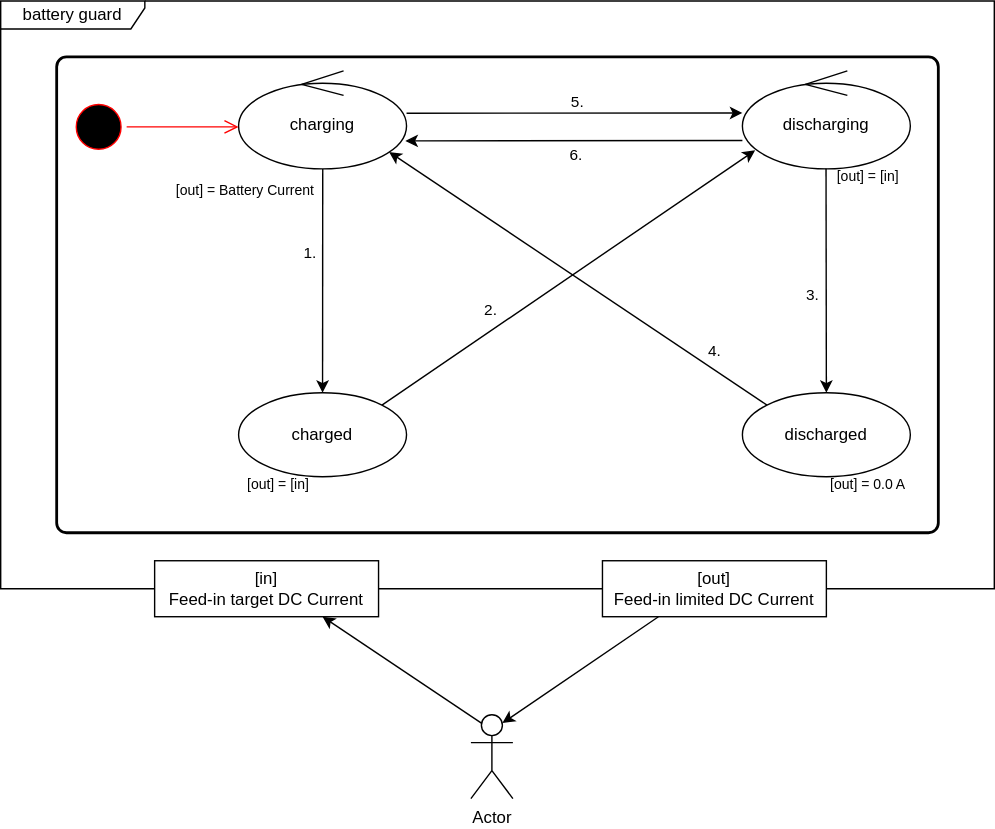
JoTid/PVZero keeps this draw.io diagram as docs/images/battery_guard_sm.drawio.svg. Above is the earlier version. Source tidied: cells renumbered, new cells last; positions are measured from the earlier drawing's top-left corner, leaving out a move shared by most shapes.
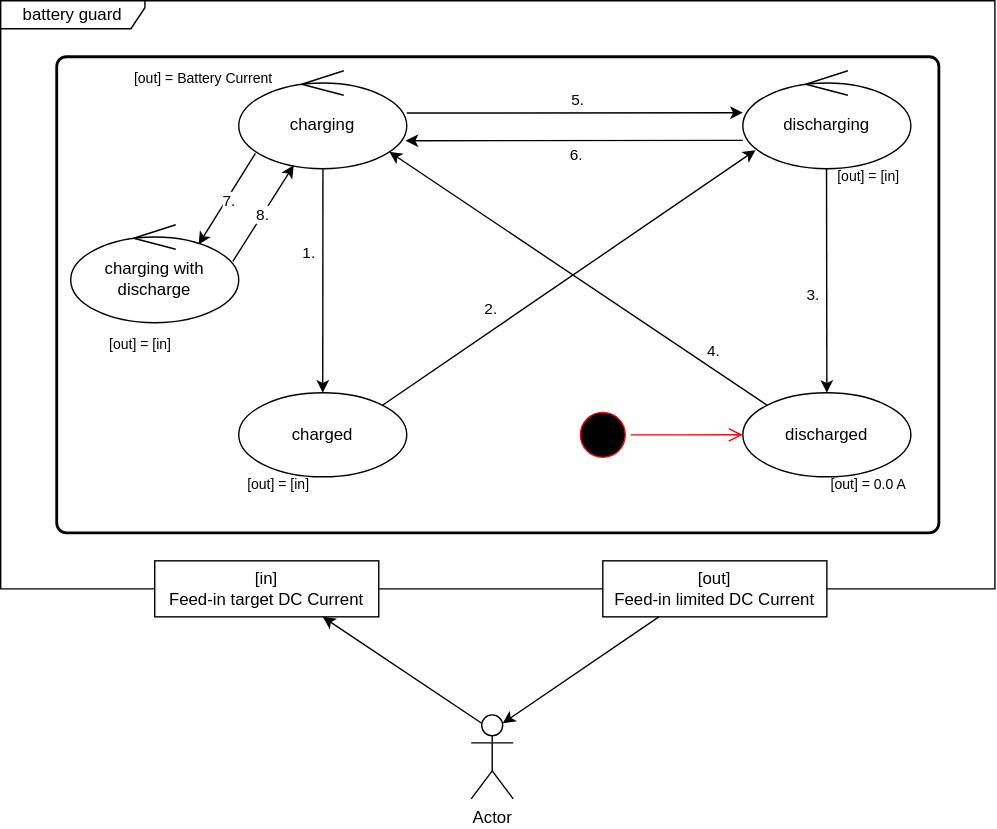
After the change.

The edit, as a diff of the source:
```diff
@@ -20,93 +20,111 @@
     <mxCell id="7" value="charged" style="ellipse;whiteSpace=wrap;html=1;" parent="1" vertex="1">
       <mxGeometry x="170" y="280" width="120" height="60" as="geometry" />
     </mxCell>
-    <mxCell id="8" style="ellipse;html=1;shape=startState;fillColor=#000000;strokeColor=#ff0000;" parent="1" vertex="1">
-      <mxGeometry x="50" y="70" width="40" height="40" as="geometry" />
+    <mxCell id="8" style="endArrow=classic;html=1;rounded=0;exitX=1;exitY=0.56;exitDx=0;exitDy=0;exitPerimeter=0;" parent="1" edge="1">
+      <mxGeometry relative="1" as="geometry">
+        <mxPoint x="290" y="80.2" as="sourcePoint" />
+        <mxPoint x="530" y="80" as="targetPoint" />
+      </mxGeometry>
     </mxCell>
-    <mxCell id="9" style="edgeStyle=orthogonalEdgeStyle;html=1;verticalAlign=bottom;endArrow=open;endSize=8;strokeColor=#ff0000;rounded=0;" parent="1" edge="1" source="8">
-      <mxGeometry relative="1" as="geometry">
-        <mxPoint x="170" y="90" as="targetPoint" />
+    <mxCell id="9" value="5." style="edgeLabel;html=1;align=center;verticalAlign=middle;" parent="8" vertex="1">
+      <mxGeometry x="0.01" y="1" relative="1" as="geometry">
+        <mxPoint y="-8" as="offset" />
       </mxGeometry>
     </mxCell>
-    <mxCell id="10" style="endArrow=classic;html=1;rounded=0;exitX=1;exitY=0.56;exitDx=0;exitDy=0;exitPerimeter=0;" parent="1" edge="1">
-      <mxGeometry relative="1" as="geometry">
-        <mxPoint x="290" y="80.2" as="sourcePoint" />
-        <mxPoint x="530" y="80" as="targetPoint" />
-      </mxGeometry>
+    <mxCell id="10" style="endArrow=classic;html=1;rounded=0;entryX=0.5;entryY=0;entryDx=0;entryDy=0;exitX=0.498;exitY=0.997;exitDx=0;exitDy=0;exitPerimeter=0;" parent="1" edge="1" source="6" target="5">
+      <mxGeometry relative="1" as="geometry" />
     </mxCell>
-    <mxCell id="11" value="5." style="edgeLabel;html=1;align=center;verticalAlign=middle;" parent="10" vertex="1">
-      <mxGeometry x="0.01" y="1" relative="1" as="geometry">
-        <mxPoint y="-8" as="offset" />
+    <mxCell id="11" value="3." style="edgeLabel;html=1;align=center;verticalAlign=middle;" parent="10" vertex="1">
+      <mxGeometry x="0.36" y="-1" relative="1" as="geometry">
+        <mxPoint x="-9" y="-19" as="offset" />
       </mxGeometry>
     </mxCell>
-    <mxCell id="12" style="endArrow=classic;html=1;rounded=0;entryX=0.5;entryY=0;entryDx=0;entryDy=0;exitX=0.498;exitY=0.997;exitDx=0;exitDy=0;exitPerimeter=0;" parent="1" edge="1" source="6" target="5">
+    <mxCell id="12" style="endArrow=classic;html=1;rounded=0;exitX=0;exitY=0;exitDx=0;exitDy=0;entryX=0.896;entryY=0.827;entryDx=0;entryDy=0;entryPerimeter=0;" parent="1" edge="1" source="5" target="4">
       <mxGeometry relative="1" as="geometry" />
     </mxCell>
-    <mxCell id="13" value="3." style="edgeLabel;html=1;align=center;verticalAlign=middle;" parent="12" vertex="1">
-      <mxGeometry x="0.36" y="-1" relative="1" as="geometry">
-        <mxPoint x="-9" y="-19" as="offset" />
+    <mxCell id="13" value="4." style="edgeLabel;html=1;align=center;verticalAlign=middle;" parent="12" vertex="1">
+      <mxGeometry x="-0.71" y="-1" relative="1" as="geometry">
+        <mxPoint y="-12" as="offset" />
       </mxGeometry>
     </mxCell>
-    <mxCell id="14" style="endArrow=classic;html=1;rounded=0;exitX=0;exitY=0;exitDx=0;exitDy=0;entryX=0.896;entryY=0.827;entryDx=0;entryDy=0;entryPerimeter=0;" parent="1" edge="1" source="5" target="4">
+    <mxCell id="14" style="endArrow=classic;html=1;rounded=0;exitX=0.501;exitY=1.002;exitDx=0;exitDy=0;exitPerimeter=0;entryX=0.5;entryY=0;entryDx=0;entryDy=0;" parent="1" edge="1" source="4" target="7">
       <mxGeometry relative="1" as="geometry" />
     </mxCell>
-    <mxCell id="15" value="4." style="edgeLabel;html=1;align=center;verticalAlign=middle;" parent="14" vertex="1">
-      <mxGeometry x="-0.71" y="-1" relative="1" as="geometry">
-        <mxPoint y="-12" as="offset" />
+    <mxCell id="15" value="1." style="edgeLabel;html=1;align=center;verticalAlign=middle;" parent="14" vertex="1">
+      <mxGeometry x="-0.26" y="-2" relative="1" as="geometry">
+        <mxPoint x="-8" as="offset" />
       </mxGeometry>
     </mxCell>
-    <mxCell id="16" style="endArrow=classic;html=1;rounded=0;exitX=0.501;exitY=1.002;exitDx=0;exitDy=0;exitPerimeter=0;entryX=0.5;entryY=0;entryDx=0;entryDy=0;" parent="1" edge="1" source="4" target="7">
+    <mxCell id="16" style="endArrow=classic;html=1;rounded=0;exitX=1;exitY=0;exitDx=0;exitDy=0;entryX=0.076;entryY=0.81;entryDx=0;entryDy=0;entryPerimeter=0;" parent="1" edge="1" source="7" target="6">
       <mxGeometry relative="1" as="geometry" />
     </mxCell>
-    <mxCell id="17" value="1." style="edgeLabel;html=1;align=center;verticalAlign=middle;" parent="16" vertex="1">
-      <mxGeometry x="-0.26" y="-2" relative="1" as="geometry">
-        <mxPoint x="-8" as="offset" />
+    <mxCell id="17" value="2." style="edgeLabel;html=1;align=center;verticalAlign=middle;" parent="16" vertex="1">
+      <mxGeometry x="-0.37" y="1" relative="1" as="geometry">
+        <mxPoint x="-6" y="-11" as="offset" />
       </mxGeometry>
     </mxCell>
-    <mxCell id="18" style="endArrow=classic;html=1;rounded=0;exitX=1;exitY=0;exitDx=0;exitDy=0;entryX=0.076;entryY=0.81;entryDx=0;entryDy=0;entryPerimeter=0;" parent="1" edge="1" source="7" target="6">
-      <mxGeometry relative="1" as="geometry" />
+    <mxCell id="18" style="endArrow=classic;html=1;rounded=0;exitX=0;exitY=0.714;exitDx=0;exitDy=0;exitPerimeter=0;entryX=0.993;entryY=0.714;entryDx=0;entryDy=0;entryPerimeter=0;" parent="1" edge="1" target="4">
+      <mxGeometry relative="1" as="geometry">
+        <mxPoint x="530" y="99.8" as="sourcePoint" />
+      </mxGeometry>
     </mxCell>
-    <mxCell id="19" value="2." style="edgeLabel;html=1;align=center;verticalAlign=middle;" parent="18" vertex="1">
-      <mxGeometry x="-0.37" y="1" relative="1" as="geometry">
-        <mxPoint x="-6" y="-11" as="offset" />
+    <mxCell id="19" value="6." style="edgeLabel;html=1;align=center;verticalAlign=middle;" parent="18" vertex="1">
+      <mxGeometry x="-0.04" y="-1" relative="1" as="geometry">
+        <mxPoint x="-3" y="11" as="offset" />
       </mxGeometry>
     </mxCell>
-    <mxCell id="20" style="endArrow=classic;html=1;rounded=0;exitX=0;exitY=0.714;exitDx=0;exitDy=0;exitPerimeter=0;entryX=0.993;entryY=0.714;entryDx=0;entryDy=0;entryPerimeter=0;" parent="1" edge="1" target="4">
-      <mxGeometry relative="1" as="geometry">
-        <mxPoint x="530" y="99.8" as="sourcePoint" />
-      </mxGeometry>
+    <mxCell id="20" value="Actor" style="shape=umlActor;verticalLabelPosition=bottom;verticalAlign=top;html=1;" parent="1" vertex="1">
+      <mxGeometry x="336" y="510" width="30" height="60" as="geometry" />
     </mxCell>
-    <mxCell id="21" value="6." style="edgeLabel;html=1;align=center;verticalAlign=middle;points=[];" parent="20" vertex="1">
-      <mxGeometry x="-0.04" y="-1" relative="1" as="geometry">
-        <mxPoint x="-3" y="11" as="offset" />
-      </mxGeometry>
+    <mxCell id="21" value="[in]&lt;br&gt;Feed-in target DC Current" style="rounded=0;whiteSpace=wrap;html=1;" parent="1" vertex="1">
+      <mxGeometry x="110" y="400" width="160" height="40" as="geometry" />
     </mxCell>
-    <mxCell id="22" value="Actor" style="shape=umlActor;verticalLabelPosition=bottom;verticalAlign=top;html=1;" parent="1" vertex="1">
-      <mxGeometry x="336" y="510" width="30" height="60" as="geometry" />
+    <mxCell id="22" value="[out]&lt;br&gt;Feed-in limited DC Current" style="rounded=0;whiteSpace=wrap;html=1;" parent="1" vertex="1">
+      <mxGeometry x="430" y="400" width="160" height="40" as="geometry" />
     </mxCell>
-    <mxCell id="23" value="[in]&lt;br&gt;Feed-in target DC Current" style="rounded=0;whiteSpace=wrap;html=1;" parent="1" vertex="1">
-      <mxGeometry x="110" y="400" width="160" height="40" as="geometry" />
+    <mxCell id="23" style="endArrow=classic;html=1;rounded=0;exitX=0.25;exitY=0.1;exitDx=0;exitDy=0;exitPerimeter=0;entryX=0.75;entryY=1;entryDx=0;entryDy=0;" parent="1" edge="1" source="20" target="21">
+      <mxGeometry relative="1" as="geometry" />
     </mxCell>
-    <mxCell id="24" value="[out]&lt;br&gt;Feed-in limited DC Current" style="rounded=0;whiteSpace=wrap;html=1;" parent="1" vertex="1">
-      <mxGeometry x="430" y="400" width="160" height="40" as="geometry" />
+    <mxCell id="24" style="endArrow=classic;html=1;rounded=0;entryX=0.75;entryY=0.1;entryDx=0;entryDy=0;entryPerimeter=0;exitX=0.25;exitY=1;exitDx=0;exitDy=0;" parent="1" edge="1" source="22" target="20">
+      <mxGeometry relative="1" as="geometry" />
     </mxCell>
-    <mxCell id="25" style="endArrow=classic;html=1;rounded=0;exitX=0.25;exitY=0.1;exitDx=0;exitDy=0;exitPerimeter=0;entryX=0.75;entryY=1;entryDx=0;entryDy=0;" parent="1" edge="1" source="22" target="23">
-      <mxGeometry relative="1" as="geometry" />
+    <mxCell id="25" value="[out] = [in] " style="text;whiteSpace=wrap;spacing=0;fontSize=10;align=center;verticalAlign=middle;" parent="1" vertex="1">
+      <mxGeometry x="170" y="330" width="60" height="30" as="geometry" />
     </mxCell>
-    <mxCell id="26" style="endArrow=classic;html=1;rounded=0;entryX=0.75;entryY=0.1;entryDx=0;entryDy=0;entryPerimeter=0;exitX=0.25;exitY=1;exitDx=0;exitDy=0;" parent="1" edge="1" source="24" target="22">
-      <mxGeometry relative="1" as="geometry" />
+    <mxCell id="26" value="[out] = [in]" style="text;whiteSpace=wrap;spacing=0;fontSize=10;align=center;verticalAlign=middle;" parent="1" vertex="1">
+      <mxGeometry x="590" y="110" width="60" height="30" as="geometry" />
     </mxCell>
-    <mxCell id="27" value="[out] = [in] " style="text;whiteSpace=wrap;spacing=0;fontSize=10;align=center;verticalAlign=middle;" parent="1" vertex="1">
-      <mxGeometry x="170" y="330" width="60" height="30" as="geometry" />
+    <mxCell id="27" value="[out] = 0.0 A" style="text;whiteSpace=wrap;spacing=0;fontSize=10;align=center;verticalAlign=middle;" parent="1" vertex="1">
+      <mxGeometry x="590" y="330" width="60" height="30" as="geometry" />
     </mxCell>
-    <mxCell id="28" value="[out] = [in]" style="text;whiteSpace=wrap;spacing=0;fontSize=10;align=center;verticalAlign=middle;" parent="1" vertex="1">
-      <mxGeometry x="590" y="110" width="60" height="30" as="geometry" />
+    <mxCell id="28" value="[out] = Battery Current" style="text;whiteSpace=wrap;spacing=0;fontSize=10;align=center;verticalAlign=middle;" parent="1" vertex="1">
+      <mxGeometry x="90" y="40" width="110" height="30" as="geometry" />
     </mxCell>
-    <mxCell id="29" value="[out] = 0.0 A" style="text;whiteSpace=wrap;spacing=0;fontSize=10;align=center;verticalAlign=middle;" parent="1" vertex="1">
-      <mxGeometry x="590" y="330" width="60" height="30" as="geometry" />
+    <mxCell id="29" value="charging with discharge" style="ellipse;shape=umlControl;whiteSpace=wrap;html=1;" parent="1" vertex="1">
+      <mxGeometry x="50" y="160" width="120" height="70" as="geometry" />
     </mxCell>
-    <mxCell id="30" value="[out] = Battery Current" style="text;whiteSpace=wrap;spacing=0;fontSize=10;align=center;verticalAlign=middle;" parent="1" vertex="1">
-      <mxGeometry x="120" y="120" width="110" height="30" as="geometry" />
+    <mxCell id="30" style="endArrow=classic;html=1;rounded=0;exitX=0.099;exitY=0.843;exitDx=0;exitDy=0;exitPerimeter=0;entryX=0.761;entryY=0.202;entryDx=0;entryDy=0;entryPerimeter=0;" parent="1" edge="1" source="4" target="29">
+      <mxGeometry relative="1" as="geometry" />
     </mxCell>
+    <mxCell id="31" value="7." style="edgeLabel;html=1;align=center;verticalAlign=middle;" parent="30" vertex="1">
+      <mxGeometry x="0.01" y="1" relative="1" as="geometry" />
+    </mxCell>
+    <mxCell id="32" style="endArrow=classic;html=1;rounded=0;entryX=0.327;entryY=0.965;entryDx=0;entryDy=0;entryPerimeter=0;exitX=0.965;exitY=0.373;exitDx=0;exitDy=0;exitPerimeter=0;" parent="1" edge="1" source="29" target="4">
+      <mxGeometry relative="1" as="geometry" />
+    </mxCell>
+    <mxCell id="33" value="8." style="edgeLabel;html=1;align=center;verticalAlign=middle;" parent="32" vertex="1">
+      <mxGeometry x="-0.03" relative="1" as="geometry" />
+    </mxCell>
+    <mxCell id="34" style="ellipse;html=1;shape=startState;fillColor=#000000;strokeColor=#ff0000;" parent="1" vertex="1">
+      <mxGeometry x="410" y="290" width="40" height="40" as="geometry" />
+    </mxCell>
+    <mxCell id="35" style="edgeStyle=orthogonalEdgeStyle;html=1;verticalAlign=bottom;endArrow=open;endSize=8;strokeColor=#ff0000;rounded=0;" parent="1" edge="1" source="34">
+      <mxGeometry relative="1" as="geometry">
+        <mxPoint x="530" y="310" as="targetPoint" />
+      </mxGeometry>
+    </mxCell>
+    <mxCell id="36" value="[out] = [in]" style="text;whiteSpace=wrap;spacing=0;fontSize=10;align=center;verticalAlign=middle;" parent="1" vertex="1">
+      <mxGeometry x="70" y="230" width="60" height="30" as="geometry" />
+    </mxCell>
   </root>
 </mxGraphModel>
```
